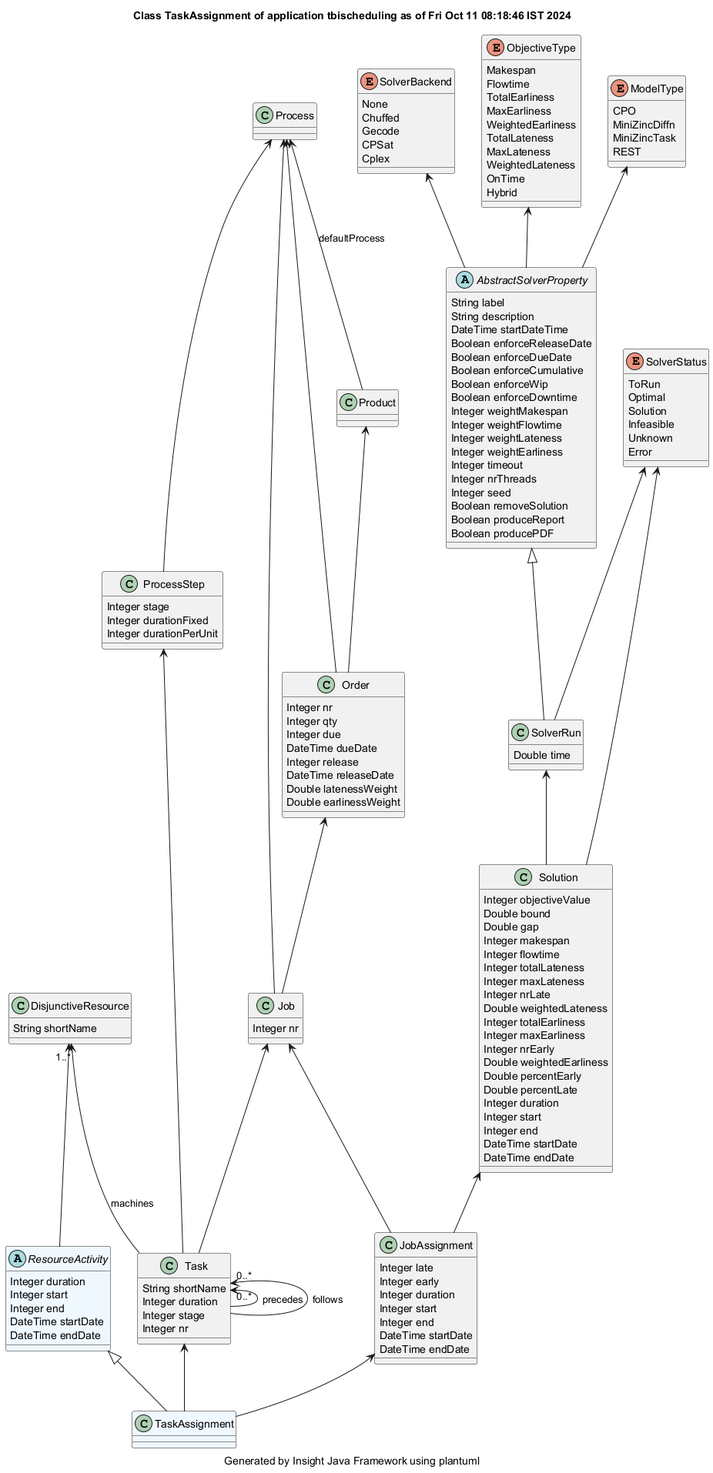
Above: demonstrator/tbischeduling/site/plantuml/TaskAssignment.png in hsimonis/schedulingtraining (PlantUML), before the change.
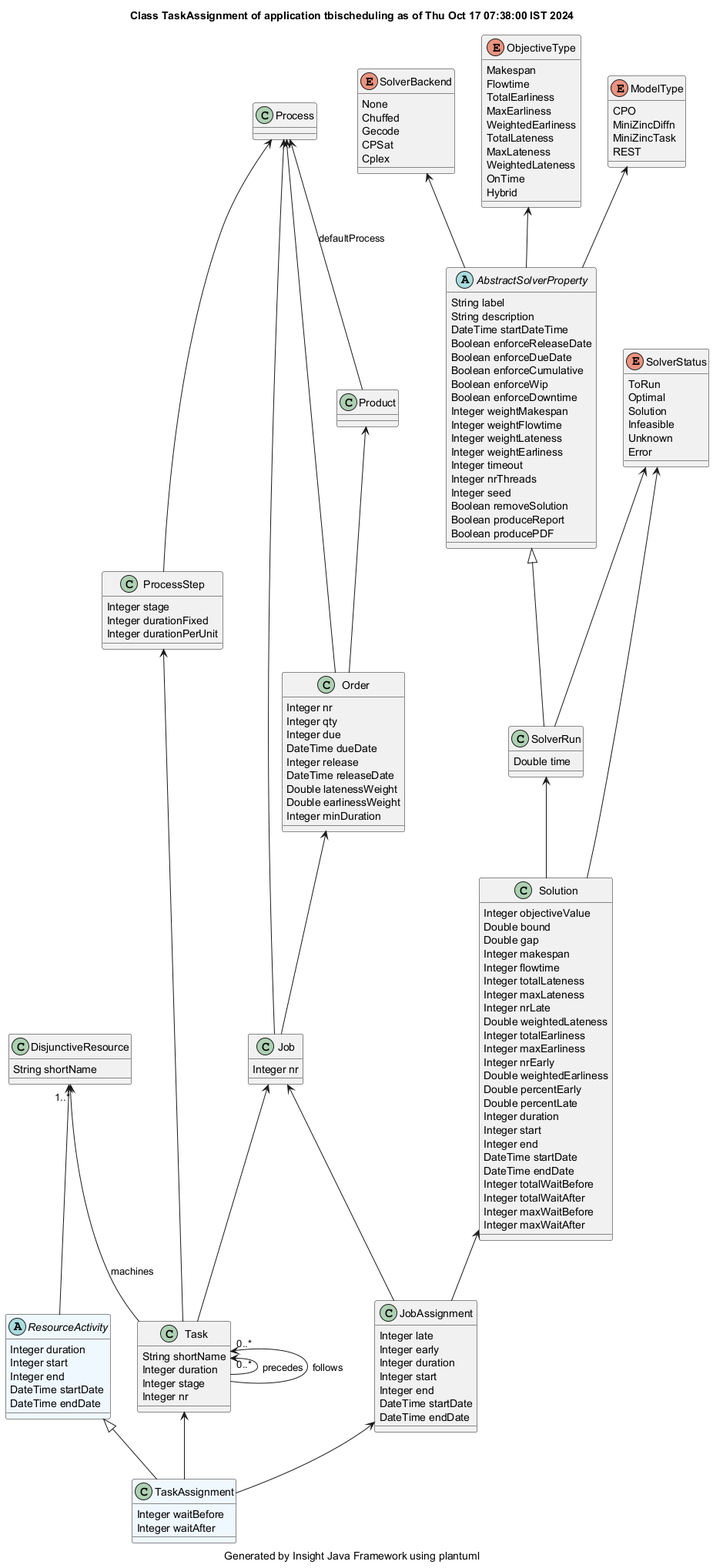
The same file after the commit.

What changed in the source:
```diff
@@ -1,7 +1,9 @@
 @startuml
-title Class TaskAssignment of application tbischeduling as of Fri Oct 11 08:18:46 IST 2024
+title Class TaskAssignment of application tbischeduling as of Thu Oct 17 07:38:00 IST 2024
 caption Generated by Insight Java Framework using plantuml
 class TaskAssignment #aliceblue
+TaskAssignment : Integer waitBefore
+TaskAssignment : Integer waitAfter
 
 ResourceActivity <|-- TaskAssignment
 abstract ResourceActivity #aliceblue
@@ -36,6 +38,7 @@
 Order : DateTime releaseDate
 Order : Double latenessWeight
 Order : Double earlinessWeight
+Order : Integer minDuration
 
 Product  <-- Order
 class Product
@@ -87,6 +90,10 @@
 Solution : Integer end
 Solution : DateTime startDate
 Solution : DateTime endDate
+Solution : Integer totalWaitBefore
+Solution : Integer totalWaitAfter
+Solution : Integer maxWaitBefore
+Solution : Integer maxWaitAfter
 
 SolverRun  <-- Solution
 class SolverRun
```
